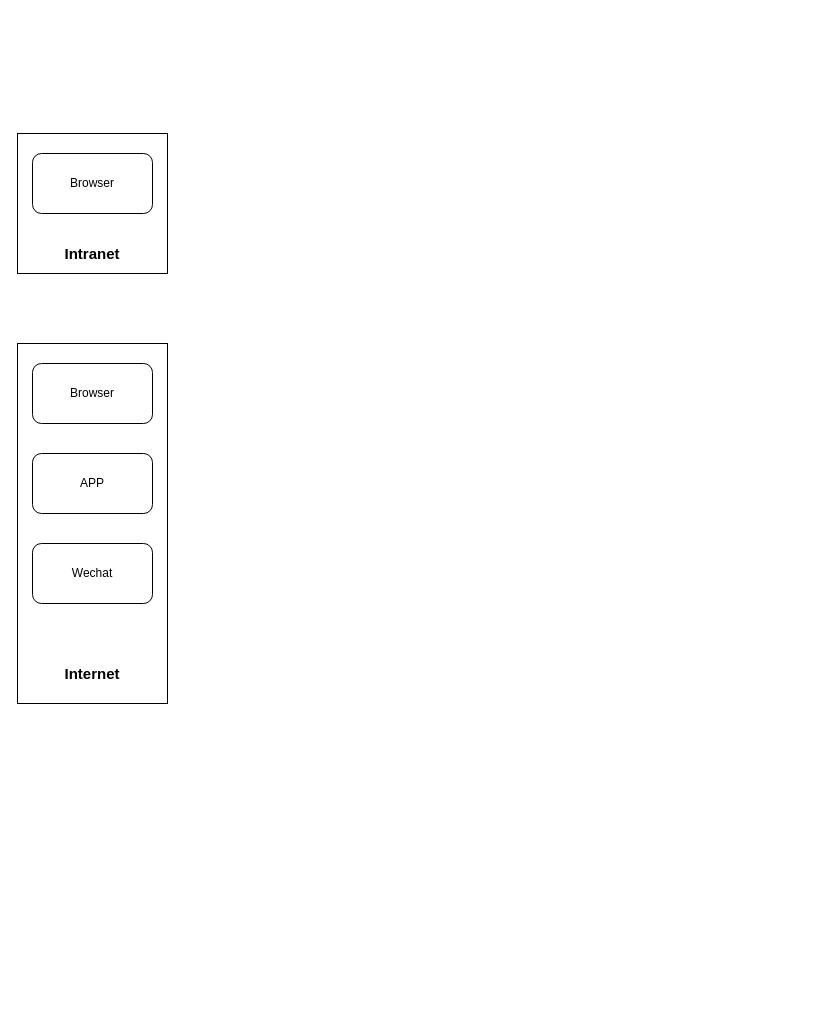
rainerpiao/cloud-computing keeps this draw.io diagram as page "第 2 页" (2 of 2) of 部署逻辑图.drawio. Above is the earlier version. Source tidied: cells renumbered, new cells numbered last; positions are measured from the earlier drawing's top-left corner, leaving out a move shared by most shapes. Both pictures are drawn from the tidied source at 100%, with x=0, y=0 at pixel (17, 133).
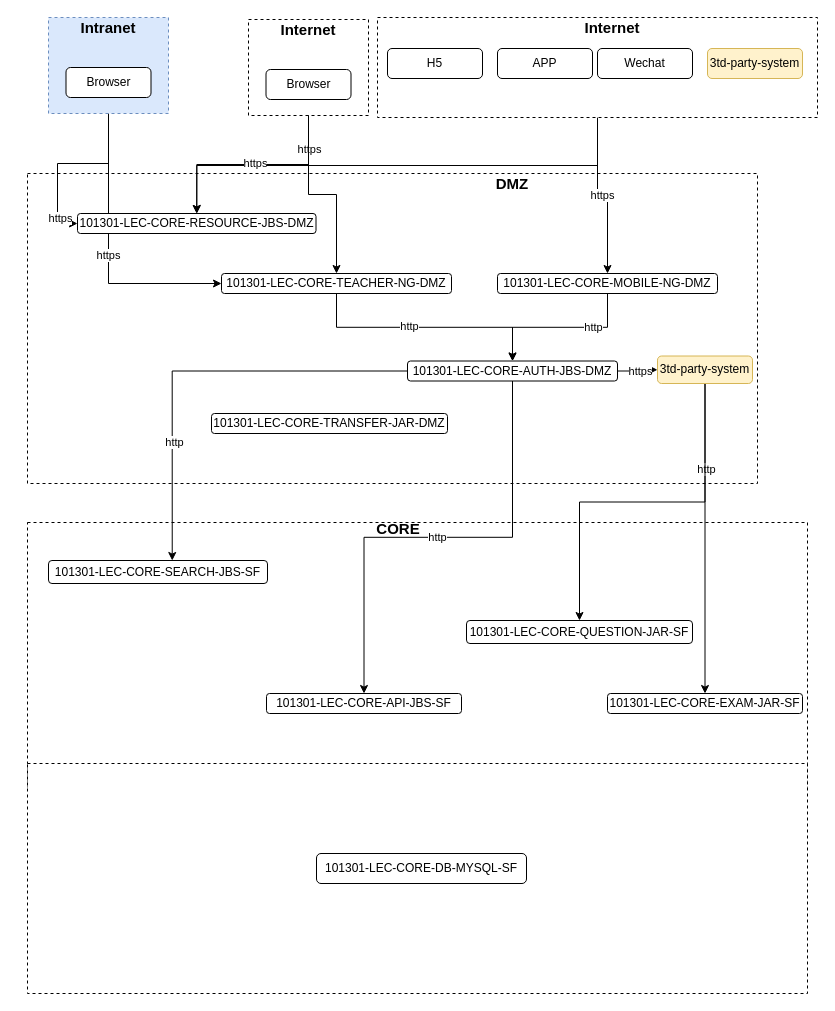
The same page after the edit.

Commit message:
更新部署逻辑图.drawio

The edit, as a diff of the source:
```diff
@@
+    <mxCell id="10" style="rounded=0;whiteSpace=wrap;html=1;strokeColor=default;fontFamily=Helvetica;fontSize=12;fontColor=default;fillColor=default;dashed=1;" parent="1" vertex="1">
+      <mxGeometry x="10" y="389" width="780" height="265" as="geometry" />
+    </mxCell>
+    <mxCell id="11" style="rounded=0;whiteSpace=wrap;html=1;dashed=1;" parent="1" vertex="1">
+      <mxGeometry x="231" y="-114" width="120" height="96" as="geometry" />
+    </mxCell>
+    <mxCell id="12" style="rounded=0;whiteSpace=wrap;html=1;strokeColor=#030303;fontFamily=Helvetica;fontSize=12;fontColor=default;fillColor=default;dashed=1;" parent="1" vertex="1">
+      <mxGeometry x="10" y="40" width="730" height="310" as="geometry" />
+    </mxCell>
+    <mxCell id="13" value="https" style="edgeStyle=orthogonalEdgeStyle;rounded=0;jettySize=auto;html=1;entryX=0.5;entryY=0;entryDx=0;entryDy=0;" parent="1" edge="1" source="5" target="31">
+      <mxGeometry relative="1" as="geometry" />
+    </mxCell>
+    <mxCell id="14" style="edgeStyle=orthogonalEdgeStyle;rounded=0;jettySize=auto;html=1;entryX=0.5;entryY=0;entryDx=0;entryDy=0;exitX=0.5;exitY=1;exitDx=0;exitDy=0;fillColor=#d80073;strokeColor=#030303;" parent="1" edge="1" source="5" target="37">
+      <mxGeometry relative="1" as="geometry" />
+    </mxCell>
+    <mxCell id="5" style="rounded=0;whiteSpace=wrap;html=1;dashed=1;" parent="1" vertex="1">
+      <mxGeometry x="360" y="-116" width="440" height="100" as="geometry" />
+    </mxCell>
+    <mxCell id="15" style="rounded=0;whiteSpace=wrap;html=1;dashed=1;" parent="1" vertex="1">
+      <mxGeometry x="10" y="630" width="780" height="230" as="geometry" />
+    </mxCell>
+    <mxCell id="16" value="https" style="edgeStyle=orthogonalEdgeStyle;rounded=0;jettySize=auto;html=1;entryX=0;entryY=0.5;entryDx=0;entryDy=0;exitX=0.5;exitY=1;exitDx=0;exitDy=0;" parent="1" edge="1" source="2" target="22">
+      <mxGeometry relative="1" as="geometry" />
+    </mxCell>
+    <mxCell id="17" style="edgeStyle=orthogonalEdgeStyle;rounded=0;jettySize=auto;html=1;exitX=0.5;exitY=1;exitDx=0;exitDy=0;entryX=0;entryY=0.5;entryDx=0;entryDy=0;" parent="1" edge="1" source="2" target="37">
+      <mxGeometry relative="1" as="geometry" />
+    </mxCell>
+    <mxCell id="18" value="https" style="edgeLabel;html=1;align=center;verticalAlign=middle;" parent="17" vertex="1">
+      <mxGeometry x="0.71" y="2" relative="1" as="geometry" />
+    </mxCell>
-    <mxCell id="2" style="rounded=0;whiteSpace=wrap;html=1;" parent="1" vertex="1">
-      <mxGeometry width="150" height="140" as="geometry" />
+    <mxCell id="2" style="rounded=0;whiteSpace=wrap;html=1;dashed=1;fillColor=#dae8fc;strokeColor=#6c8ebf;" parent="1" vertex="1">
+      <mxGeometry x="31" y="-116" width="120" height="96" as="geometry" />
     </mxCell>
     <mxCell id="3" value="&lt;font size=&quot;1&quot; style=&quot;&quot;&gt;&lt;b style=&quot;font-size: 15px;&quot;&gt;Intranet&lt;/b&gt;&lt;/font&gt;" style="text;html=1;strokeColor=none;fillColor=none;align=center;verticalAlign=middle;whiteSpace=wrap;rounded=0;fontSize=12;fontFamily=Helvetica;fontColor=default;" parent="1" vertex="1">
-      <mxGeometry x="45" y="110" width="60" height="20" as="geometry" />
+      <mxGeometry x="61" y="-116" width="60" height="20" as="geometry" />
     </mxCell>
     <mxCell id="4" value="Browser" style="rounded=1;whiteSpace=wrap;html=1;strokeColor=default;fontFamily=Helvetica;fontSize=12;fontColor=default;fillColor=default;" parent="1" vertex="1">
-      <mxGeometry x="15" y="20" width="120" height="60" as="geometry" />
+      <mxGeometry x="48.5" y="-66" width="85" height="30" as="geometry" />
     </mxCell>
-    <mxCell id="5" style="rounded=0;whiteSpace=wrap;html=1;" parent="1" vertex="1">
-      <mxGeometry y="210" width="150" height="360" as="geometry" />
-    </mxCell>
-    <mxCell id="6" value="Browser" style="rounded=1;whiteSpace=wrap;html=1;strokeColor=default;fontFamily=Helvetica;fontSize=12;fontColor=default;fillColor=default;" parent="1" vertex="1">
-      <mxGeometry x="15" y="230" width="120" height="60" as="geometry" />
-    </mxCell>
     <mxCell id="7" value="&lt;font size=&quot;1&quot; style=&quot;&quot;&gt;&lt;b style=&quot;font-size: 15px;&quot;&gt;Internet&lt;/b&gt;&lt;/font&gt;" style="text;html=1;strokeColor=none;fillColor=none;align=center;verticalAlign=middle;whiteSpace=wrap;rounded=0;fontSize=12;fontFamily=Helvetica;fontColor=default;" parent="1" vertex="1">
-      <mxGeometry x="45" y="530" width="60" height="20" as="geometry" />
+      <mxGeometry x="565" y="-116" width="60" height="20" as="geometry" />
     </mxCell>
     <mxCell id="8" value="APP" style="rounded=1;whiteSpace=wrap;html=1;strokeColor=default;fontFamily=Helvetica;fontSize=12;fontColor=default;fillColor=default;" parent="1" vertex="1">
-      <mxGeometry x="15" y="320" width="120" height="60" as="geometry" />
+      <mxGeometry x="480" y="-85" width="95" height="30" as="geometry" />
     </mxCell>
     <mxCell id="9" value="Wechat" style="rounded=1;whiteSpace=wrap;html=1;strokeColor=default;fontFamily=Helvetica;fontSize=12;fontColor=default;fillColor=default;" parent="1" vertex="1">
-      <mxGeometry x="15" y="410" width="120" height="60" as="geometry" />
+      <mxGeometry x="580" y="-85" width="95" height="30" as="geometry" />
     </mxCell>
+    <mxCell id="19" value="&lt;font size=&quot;1&quot; style=&quot;&quot;&gt;&lt;b style=&quot;font-size: 15px;&quot;&gt;DMZ&lt;/b&gt;&lt;/font&gt;" style="text;html=1;strokeColor=none;fillColor=none;align=center;verticalAlign=middle;whiteSpace=wrap;rounded=0;fontSize=12;fontFamily=Helvetica;fontColor=default;" parent="1" vertex="1">
+      <mxGeometry x="465" y="40" width="60" height="20" as="geometry" />
+    </mxCell>
+    <mxCell id="20" style="edgeStyle=orthogonalEdgeStyle;rounded=0;jettySize=auto;html=1;entryX=0.5;entryY=0;entryDx=0;entryDy=0;" parent="1" edge="1" source="22" target="28">
+      <mxGeometry relative="1" as="geometry" />
+    </mxCell>
+    <mxCell id="21" value="http" style="edgeLabel;html=1;align=center;verticalAlign=middle;" parent="20" vertex="1">
+      <mxGeometry x="-0.13" y="1" relative="1" as="geometry" />
+    </mxCell>
+    <mxCell id="22" value="101301-LEC-CORE-TEACHER-NG-DMZ" style="rounded=1;whiteSpace=wrap;html=1;strokeColor=default;fontFamily=Helvetica;fontSize=12;fontColor=default;fillColor=default;" parent="1" vertex="1">
+      <mxGeometry x="204" y="140" width="230" height="20" as="geometry" />
+    </mxCell>
+    <mxCell id="23" style="edgeStyle=orthogonalEdgeStyle;rounded=0;jettySize=auto;html=1;entryX=0.565;entryY=0;entryDx=0;entryDy=0;entryPerimeter=0;" parent="1" edge="1" source="28" target="35">
+      <mxGeometry relative="1" as="geometry" />
+    </mxCell>
+    <mxCell id="24" value="http" style="edgeLabel;html=1;align=center;verticalAlign=middle;" parent="23" vertex="1">
+      <mxGeometry x="0.44" y="2" relative="1" as="geometry" />
+    </mxCell>
+    <mxCell id="25" value="http" style="edgeStyle=orthogonalEdgeStyle;rounded=0;jettySize=auto;html=1;entryX=0.5;entryY=0;entryDx=0;entryDy=0;" parent="1" edge="1" source="28" target="36">
+      <mxGeometry relative="1" as="geometry" />
+    </mxCell>
+    <mxCell id="26" style="edgeStyle=orthogonalEdgeStyle;rounded=0;jettySize=auto;html=1;" parent="1" edge="1" source="28" target="50">
+      <mxGeometry relative="1" as="geometry" />
+    </mxCell>
+    <mxCell id="27" value="https" style="edgeLabel;html=1;align=center;verticalAlign=middle;" parent="26" vertex="1">
+      <mxGeometry x="-0.05" y="-2" relative="1" as="geometry" />
+    </mxCell>
+    <mxCell id="28" value="101301-LEC-CORE-AUTH-JBS-DMZ" style="rounded=1;whiteSpace=wrap;html=1;strokeColor=default;fontFamily=Helvetica;fontSize=12;fontColor=default;fillColor=default;" parent="1" vertex="1">
+      <mxGeometry x="390" y="227.5" width="210" height="20" as="geometry" />
+    </mxCell>
+    <mxCell id="29" style="edgeStyle=orthogonalEdgeStyle;rounded=0;jettySize=auto;html=1;" parent="1" edge="1" source="31" target="28">
+      <mxGeometry relative="1" as="geometry" />
+    </mxCell>
+    <mxCell id="30" value="http" style="edgeLabel;html=1;align=center;verticalAlign=middle;" parent="29" vertex="1">
+      <mxGeometry x="-0.41" relative="1" as="geometry" />
+    </mxCell>
+    <mxCell id="31" value="101301-LEC-CORE-MOBILE-NG-DMZ" style="rounded=1;whiteSpace=wrap;html=1;strokeColor=default;fontFamily=Helvetica;fontSize=12;fontColor=default;fillColor=default;" parent="1" vertex="1">
+      <mxGeometry x="480" y="140" width="220" height="20" as="geometry" />
+    </mxCell>
+    <mxCell id="32" value="&lt;b&gt;&lt;font style=&quot;font-size: 15px;&quot;&gt;CORE&lt;/font&gt;&lt;/b&gt;" style="text;html=1;strokeColor=none;fillColor=none;align=center;verticalAlign=middle;whiteSpace=wrap;rounded=0;fontSize=12;fontFamily=Helvetica;fontColor=default;" parent="1" vertex="1">
+      <mxGeometry x="351" y="380" width="60" height="30" as="geometry" />
+    </mxCell>
+    <mxCell id="33" value="101301-LEC-CORE-EXAM-JAR-SF" style="rounded=1;whiteSpace=wrap;html=1;strokeColor=default;fontFamily=Helvetica;fontSize=12;fontColor=default;fillColor=default;" parent="1" vertex="1">
+      <mxGeometry x="590" y="560" width="195" height="20" as="geometry" />
+    </mxCell>
+    <mxCell id="34" value="101301-LEC-CORE-DB-MYSQL-SF" style="rounded=1;whiteSpace=wrap;html=1;strokeColor=default;fontFamily=Helvetica;fontSize=12;fontColor=default;fillColor=default;" parent="1" vertex="1">
+      <mxGeometry x="299" y="720" width="210" height="30" as="geometry" />
+    </mxCell>
+    <mxCell id="35" value="101301-LEC-CORE-SEARCH-JBS-SF" style="rounded=1;whiteSpace=wrap;html=1;strokeColor=default;fontFamily=Helvetica;fontSize=12;fontColor=default;fillColor=default;" parent="1" vertex="1">
+      <mxGeometry x="31" y="427" width="219" height="23" as="geometry" />
+    </mxCell>
+    <mxCell id="36" value="101301-LEC-CORE-API-JBS-SF" style="rounded=1;whiteSpace=wrap;html=1;strokeColor=default;fontFamily=Helvetica;fontSize=12;fontColor=default;fillColor=default;" parent="1" vertex="1">
+      <mxGeometry x="249" y="560" width="195" height="20" as="geometry" />
+    </mxCell>
+    <mxCell id="37" value="101301-LEC-CORE-RESOURCE-JBS-DMZ" style="rounded=1;whiteSpace=wrap;html=1;strokeColor=default;fontFamily=Helvetica;fontSize=12;fontColor=default;fillColor=default;" parent="1" vertex="1">
+      <mxGeometry x="60" y="80" width="238.5" height="20" as="geometry" />
+    </mxCell>
+    <mxCell id="38" value="101301-LEC-CORE-TRANSFER-JAR-DMZ" style="rounded=1;whiteSpace=wrap;html=1;strokeColor=default;fontFamily=Helvetica;fontSize=12;fontColor=default;fillColor=default;" parent="1" vertex="1">
+      <mxGeometry x="194" y="280" width="236" height="20" as="geometry" />
+    </mxCell>
+    <mxCell id="39" value="101301-LEC-CORE-QUESTION-JAR-SF" style="rounded=1;whiteSpace=wrap;html=1;strokeColor=default;fontFamily=Helvetica;fontSize=12;fontColor=default;fillColor=default;" parent="1" vertex="1">
+      <mxGeometry x="449" y="487" width="226" height="23" as="geometry" />
+    </mxCell>
+    <mxCell id="40" value="H5" style="rounded=1;whiteSpace=wrap;html=1;strokeColor=default;fontFamily=Helvetica;fontSize=12;fontColor=default;fillColor=default;" parent="1" vertex="1">
+      <mxGeometry x="370" y="-85" width="95" height="30" as="geometry" />
+    </mxCell>
+    <mxCell id="41" value="3td-party-system" style="rounded=1;whiteSpace=wrap;html=1;strokeColor=#d6b656;fontFamily=Helvetica;fontSize=12;fillColor=#fff2cc;" parent="1" vertex="1">
+      <mxGeometry x="690" y="-85" width="95" height="30" as="geometry" />
+    </mxCell>
+    <mxCell id="42" style="edgeStyle=orthogonalEdgeStyle;rounded=0;jettySize=auto;html=1;" parent="1" edge="1" source="11" target="22">
+      <mxGeometry relative="1" as="geometry" />
+    </mxCell>
+    <mxCell id="43" value="https" style="edgeLabel;html=1;align=center;verticalAlign=middle;" parent="42" vertex="1">
+      <mxGeometry x="-0.65" relative="1" as="geometry" />
+    </mxCell>
+    <mxCell id="44" style="edgeStyle=orthogonalEdgeStyle;rounded=0;jettySize=auto;html=1;entryX=0.5;entryY=0;entryDx=0;entryDy=0;exitX=0.5;exitY=1;exitDx=0;exitDy=0;" parent="1" edge="1" source="11" target="37">
+      <mxGeometry relative="1" as="geometry" />
+    </mxCell>
+    <mxCell id="45" value="https" style="edgeLabel;html=1;align=center;verticalAlign=middle;" parent="44" vertex="1">
+      <mxGeometry x="-0.02" y="-2" relative="1" as="geometry" />
+    </mxCell>
+    <mxCell id="46" value="&lt;font size=&quot;1&quot; style=&quot;&quot;&gt;&lt;b style=&quot;font-size: 15px;&quot;&gt;Internet&lt;/b&gt;&lt;/font&gt;" style="text;html=1;strokeColor=none;fillColor=none;align=center;verticalAlign=middle;whiteSpace=wrap;rounded=0;fontSize=12;fontFamily=Helvetica;fontColor=default;" parent="1" vertex="1">
+      <mxGeometry x="261" y="-114" width="60" height="20" as="geometry" />
+    </mxCell>
+    <mxCell id="6" value="Browser" style="rounded=1;whiteSpace=wrap;html=1;strokeColor=default;fontFamily=Helvetica;fontSize=12;fontColor=default;fillColor=default;" parent="1" vertex="1">
+      <mxGeometry x="248.5" y="-64" width="85" height="30" as="geometry" />
+    </mxCell>
+    <mxCell id="47" style="edgeStyle=orthogonalEdgeStyle;rounded=0;jettySize=auto;html=1;" parent="1" edge="1" source="50" target="39">
+      <mxGeometry relative="1" as="geometry" />
+    </mxCell>
+    <mxCell id="48" value="http" style="edgeLabel;html=1;align=center;verticalAlign=middle;" parent="47" vertex="1">
+      <mxGeometry x="-0.53" y="1" relative="1" as="geometry" />
+    </mxCell>
+    <mxCell id="49" style="edgeStyle=orthogonalEdgeStyle;rounded=0;jettySize=auto;html=1;" parent="1" edge="1" source="50" target="33">
+      <mxGeometry relative="1" as="geometry" />
+    </mxCell>
+    <mxCell id="50" value="3td-party-system" style="rounded=1;whiteSpace=wrap;html=1;strokeColor=#d6b656;fontFamily=Helvetica;fontSize=12;fillColor=#fff2cc;" parent="1" vertex="1">
+      <mxGeometry x="640" y="222.5" width="95" height="27.5" as="geometry" />
+    </mxCell>
```
